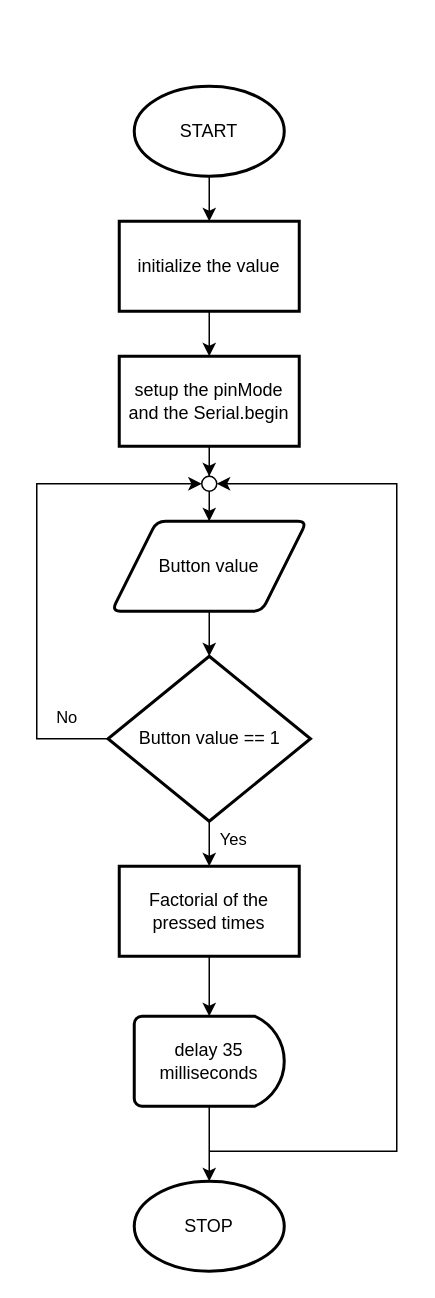
Before: N factorial input from button.drawio in Gaplnwzaza/MCE242, a draw.io diagram. Source tidied: cells renumbered, new cells numbered last; positions are measured from the earlier drawing's top-left corner, leaving out a move shared by most shapes. Both pictures are drawn from the tidied source at 150%, with x=0, y=0 at pixel (36, 86).
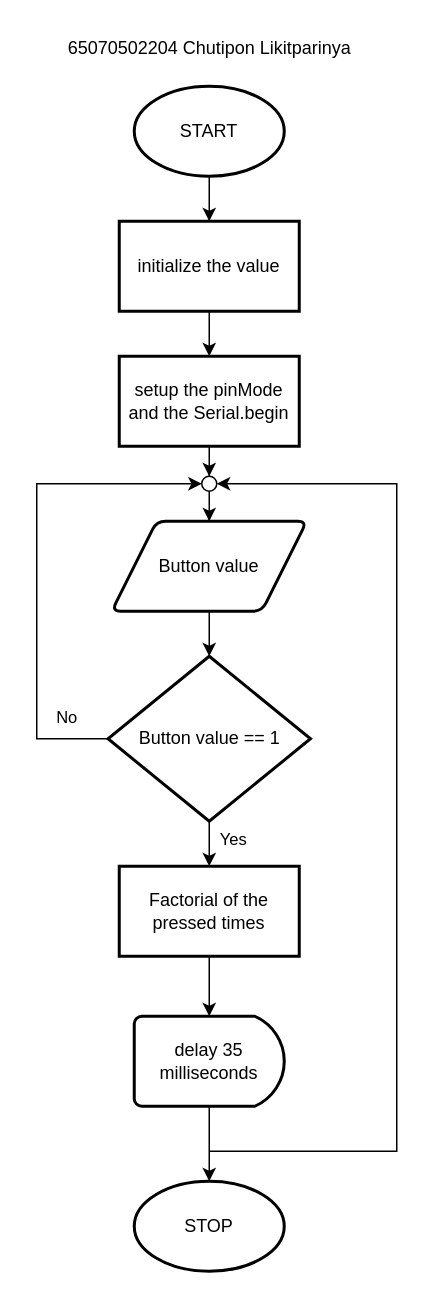
After the change.

What changed in the source:
```diff
@@
+    <mxCell id="23" value="65070502204 Chutipon Likitparinya" style="text;html=1;align=center;verticalAlign=middle;strokeColor=none;fillColor=none;" parent="1" vertex="1">
+      <mxGeometry x="10" y="-40" width="210" height="30" as="geometry" />
+    </mxCell>
```
